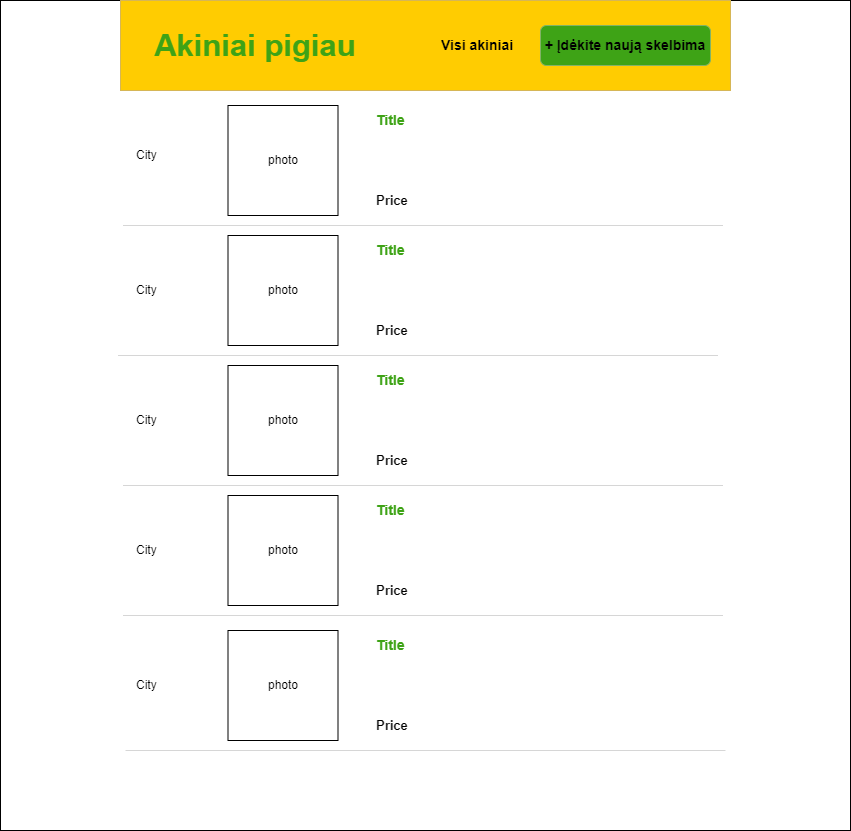
This is wireframes/index-wireframe.png from pikolas666/type17-javascript-final-work, a draw.io export, as it was before one commit. Source tidied: cells renumbered, new cells last; positions are measured from the earlier drawing's top-left corner, leaving out a move shared by most shapes.
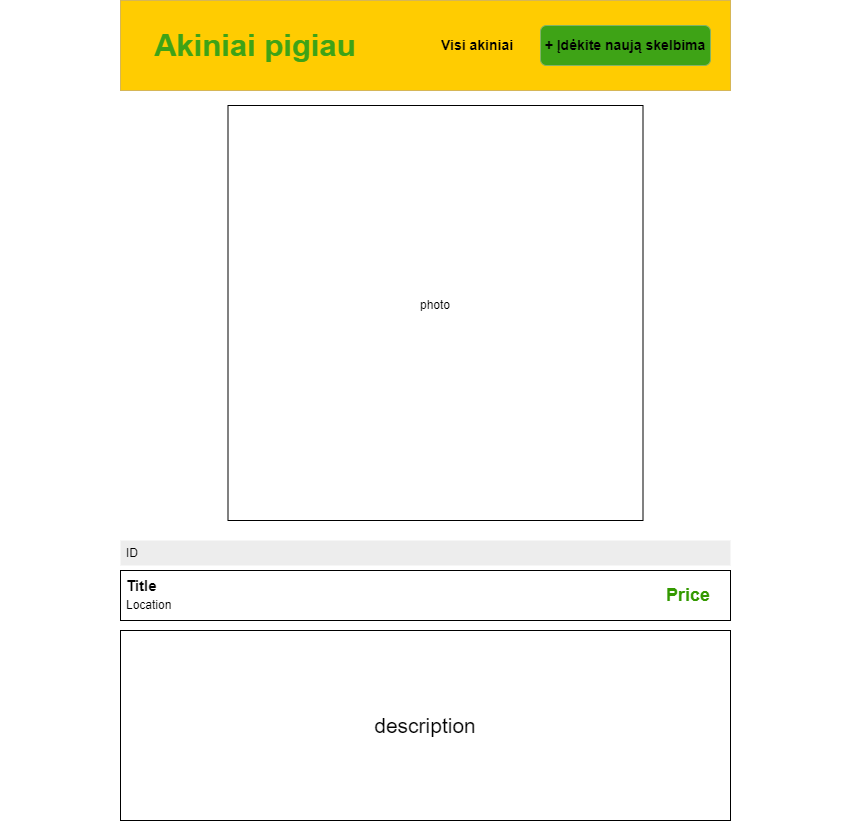
Later version of the same file.

Commit message:
added card wireframe and styles with mobile version

Change to the diagram source:
```diff
@@ -17,8 +17,8 @@
     <mxCell id="6" value="&lt;font style=&quot;font-size: 14px;&quot;&gt;&lt;b&gt;+ Įdėkite naują skelbima&lt;/b&gt;&lt;/font&gt;" style="rounded=1;whiteSpace=wrap;html=1;fillColor=#3ea316;strokeColor=#82b366;" parent="1" vertex="1">
       <mxGeometry x="530" y="55" width="170" height="40" as="geometry" />
     </mxCell>
-    <mxCell id="7" style="rounded=0;whiteSpace=wrap;html=1;" parent="1" vertex="1">
-      <mxGeometry width="850" height="830" as="geometry" />
+    <mxCell id="7" style="rounded=0;whiteSpace=wrap;html=1;labelBackgroundColor=#e6e6e6;dashed=1;dashPattern=1 4;strokeColor=none;" parent="1" vertex="1">
+      <mxGeometry y="5" width="850" height="830" as="geometry" />
     </mxCell>
     <mxCell id="8" style="rounded=0;whiteSpace=wrap;html=1;fillColor=#FFCC01;strokeColor=#d6b656;" parent="1" vertex="1">
       <mxGeometry x="120" width="610" height="90" as="geometry" />
@@ -32,110 +32,32 @@
     <mxCell id="11" value="&lt;font style=&quot;font-size: 14px;&quot;&gt;&lt;b&gt;+ Įdėkite naują skelbima&lt;/b&gt;&lt;/font&gt;" style="rounded=1;whiteSpace=wrap;html=1;fillColor=#3ea316;strokeColor=#82b366;" parent="1" vertex="1">
       <mxGeometry x="540" y="25" width="170" height="40" as="geometry" />
     </mxCell>
-    <mxCell id="12" style="endArrow=none;html=1;rounded=0;verticalAlign=middle;horizontal=0;shadow=0;strokeColor=#D6D6D6;" parent="1" edge="1">
-      <mxGeometry relative="1" as="geometry">
-        <mxPoint x="122.5" y="225" as="sourcePoint" />
-        <mxPoint x="722.5" y="225" as="targetPoint" />
-      </mxGeometry>
-    </mxCell>
-    <mxCell id="13" style="endArrow=none;html=1;rounded=0;verticalAlign=middle;horizontal=0;shadow=0;strokeColor=#D6D6D6;" parent="1" edge="1">
-      <mxGeometry relative="1" as="geometry">
-        <mxPoint x="117.5" y="355" as="sourcePoint" />
-        <mxPoint x="717.5" y="355" as="targetPoint" />
-      </mxGeometry>
-    </mxCell>
-    <mxCell id="14" style="endArrow=none;html=1;rounded=0;verticalAlign=middle;horizontal=0;shadow=0;strokeColor=#D6D6D6;" parent="1" edge="1">
-      <mxGeometry relative="1" as="geometry">
-        <mxPoint x="122.5" y="485" as="sourcePoint" />
-        <mxPoint x="722.5" y="485" as="targetPoint" />
-      </mxGeometry>
-    </mxCell>
-    <mxCell id="15" style="endArrow=none;html=1;rounded=0;verticalAlign=middle;horizontal=0;shadow=0;fillColor=#f5f5f5;strokeColor=#D6D6D6;" parent="1" edge="1">
-      <mxGeometry relative="1" as="geometry">
-        <mxPoint x="122.5" y="615" as="sourcePoint" />
-        <mxPoint x="722.5" y="615" as="targetPoint" />
-      </mxGeometry>
-    </mxCell>
     <mxCell id="16" style="whiteSpace=wrap;html=1;" parent="1" vertex="1">
-      <mxGeometry x="227.5" y="105" width="110" height="110" as="geometry" />
+      <mxGeometry x="227.5" y="105" width="415" height="415" as="geometry" />
     </mxCell>
-    <mxCell id="17" style="whiteSpace=wrap;html=1;" parent="1" vertex="1">
-      <mxGeometry x="227.5" y="235" width="110" height="110" as="geometry" />
-    </mxCell>
-    <mxCell id="18" style="whiteSpace=wrap;html=1;" parent="1" vertex="1">
-      <mxGeometry x="227.5" y="365" width="110" height="110" as="geometry" />
-    </mxCell>
-    <mxCell id="19" style="whiteSpace=wrap;html=1;" parent="1" vertex="1">
-      <mxGeometry x="227.5" y="495" width="110" height="110" as="geometry" />
-    </mxCell>
     <mxCell id="20" value="photo" style="text;strokeColor=none;fillColor=none;align=center;verticalAlign=middle;spacingLeft=4;spacingRight=4;overflow=hidden;whiteSpace=wrap;html=1;" parent="1" vertex="1">
-      <mxGeometry x="242.5" y="145" width="80" height="30" as="geometry" />
+      <mxGeometry x="395" y="290" width="80" height="30" as="geometry" />
     </mxCell>
-    <mxCell id="21" value="photo" style="text;strokeColor=none;fillColor=none;align=center;verticalAlign=middle;spacingLeft=4;spacingRight=4;overflow=hidden;whiteSpace=wrap;html=1;" parent="1" vertex="1">
-      <mxGeometry x="242.5" y="275" width="80" height="30" as="geometry" />
-    </mxCell>
-    <mxCell id="22" value="photo" style="text;strokeColor=none;fillColor=none;align=center;verticalAlign=middle;spacingLeft=4;spacingRight=4;overflow=hidden;whiteSpace=wrap;html=1;" parent="1" vertex="1">
-      <mxGeometry x="242.5" y="405" width="80" height="30" as="geometry" />
-    </mxCell>
-    <mxCell id="23" value="photo" style="text;strokeColor=none;fillColor=none;align=center;verticalAlign=middle;spacingLeft=4;spacingRight=4;overflow=hidden;whiteSpace=wrap;html=1;" parent="1" vertex="1">
-      <mxGeometry x="242.5" y="535" width="80" height="30" as="geometry" />
-    </mxCell>
-    <mxCell id="24" style="whiteSpace=wrap;html=1;" parent="1" vertex="1">
-      <mxGeometry x="227.5" y="630" width="110" height="110" as="geometry" />
-    </mxCell>
-    <mxCell id="25" value="photo" style="text;strokeColor=none;fillColor=none;align=center;verticalAlign=middle;spacingLeft=4;spacingRight=4;overflow=hidden;whiteSpace=wrap;html=1;" parent="1" vertex="1">
-      <mxGeometry x="242.5" y="670" width="80" height="30" as="geometry" />
-    </mxCell>
-    <mxCell id="26" style="endArrow=none;html=1;rounded=0;verticalAlign=middle;horizontal=0;shadow=0;fillColor=#f5f5f5;strokeColor=#D6D6D6;" parent="1" edge="1">
-      <mxGeometry relative="1" as="geometry">
-        <mxPoint x="125" y="750" as="sourcePoint" />
-        <mxPoint x="725" y="750" as="targetPoint" />
-      </mxGeometry>
-    </mxCell>
-    <mxCell id="27" value="City" style="text;strokeColor=none;fillColor=none;align=left;verticalAlign=middle;spacingLeft=4;spacingRight=4;overflow=hidden;whiteSpace=wrap;html=1;" parent="1" vertex="1">
-      <mxGeometry x="130" y="140" width="80" height="30" as="geometry" />
-    </mxCell>
-    <mxCell id="28" value="City" style="text;strokeColor=none;fillColor=none;align=left;verticalAlign=middle;spacingLeft=4;spacingRight=4;overflow=hidden;whiteSpace=wrap;html=1;" parent="1" vertex="1">
-      <mxGeometry x="130" y="275" width="80" height="30" as="geometry" />
-    </mxCell>
-    <mxCell id="29" value="City" style="text;strokeColor=none;fillColor=none;align=left;verticalAlign=middle;spacingLeft=4;spacingRight=4;overflow=hidden;whiteSpace=wrap;html=1;" parent="1" vertex="1">
-      <mxGeometry x="130" y="405" width="80" height="30" as="geometry" />
-    </mxCell>
-    <mxCell id="30" value="City" style="text;strokeColor=none;fillColor=none;align=left;verticalAlign=middle;spacingLeft=4;spacingRight=4;overflow=hidden;whiteSpace=wrap;html=1;" parent="1" vertex="1">
-      <mxGeometry x="130" y="535" width="80" height="30" as="geometry" />
-    </mxCell>
-    <mxCell id="31" value="City" style="text;strokeColor=none;fillColor=none;align=left;verticalAlign=middle;spacingLeft=4;spacingRight=4;overflow=hidden;whiteSpace=wrap;html=1;" parent="1" vertex="1">
-      <mxGeometry x="130" y="670" width="80" height="30" as="geometry" />
-    </mxCell>
-    <mxCell id="32" value="&lt;font size=&quot;1&quot; color=&quot;#3ea316&quot;&gt;&lt;b style=&quot;font-size: 14px;&quot;&gt;Title&lt;/b&gt;&lt;/font&gt;" style="text;strokeColor=none;fillColor=none;align=left;verticalAlign=middle;spacingLeft=4;spacingRight=4;overflow=hidden;whiteSpace=wrap;html=1;" parent="1" vertex="1">
-      <mxGeometry x="370" y="105" width="80" height="30" as="geometry" />
-    </mxCell>
-    <mxCell id="33" value="&lt;b&gt;&lt;font style=&quot;font-size: 13px;&quot;&gt;Price&lt;/font&gt;&lt;/b&gt;" style="text;strokeColor=none;fillColor=none;align=left;verticalAlign=middle;spacingLeft=4;spacingRight=4;overflow=hidden;whiteSpace=wrap;html=1;" parent="1" vertex="1">
-      <mxGeometry x="370" y="185" width="80" height="30" as="geometry" />
-    </mxCell>
-    <mxCell id="34" value="&lt;font size=&quot;1&quot; color=&quot;#3ea316&quot;&gt;&lt;b style=&quot;font-size: 14px;&quot;&gt;Title&lt;/b&gt;&lt;/font&gt;" style="text;strokeColor=none;fillColor=none;align=left;verticalAlign=middle;spacingLeft=4;spacingRight=4;overflow=hidden;whiteSpace=wrap;html=1;" parent="1" vertex="1">
-      <mxGeometry x="370" y="235" width="80" height="30" as="geometry" />
-    </mxCell>
-    <mxCell id="35" value="&lt;b&gt;&lt;font style=&quot;font-size: 13px;&quot;&gt;Price&lt;/font&gt;&lt;/b&gt;" style="text;strokeColor=none;fillColor=none;align=left;verticalAlign=middle;spacingLeft=4;spacingRight=4;overflow=hidden;whiteSpace=wrap;html=1;" parent="1" vertex="1">
-      <mxGeometry x="370" y="315" width="80" height="30" as="geometry" />
-    </mxCell>
-    <mxCell id="36" value="&lt;font size=&quot;1&quot; color=&quot;#3ea316&quot;&gt;&lt;b style=&quot;font-size: 14px;&quot;&gt;Title&lt;/b&gt;&lt;/font&gt;" style="text;strokeColor=none;fillColor=none;align=left;verticalAlign=middle;spacingLeft=4;spacingRight=4;overflow=hidden;whiteSpace=wrap;html=1;" parent="1" vertex="1">
-      <mxGeometry x="370" y="365" width="80" height="30" as="geometry" />
-    </mxCell>
-    <mxCell id="37" value="&lt;b&gt;&lt;font style=&quot;font-size: 13px;&quot;&gt;Price&lt;/font&gt;&lt;/b&gt;" style="text;strokeColor=none;fillColor=none;align=left;verticalAlign=middle;spacingLeft=4;spacingRight=4;overflow=hidden;whiteSpace=wrap;html=1;" parent="1" vertex="1">
-      <mxGeometry x="370" y="445" width="80" height="30" as="geometry" />
-    </mxCell>
-    <mxCell id="38" value="&lt;font size=&quot;1&quot; color=&quot;#3ea316&quot;&gt;&lt;b style=&quot;font-size: 14px;&quot;&gt;Title&lt;/b&gt;&lt;/font&gt;" style="text;strokeColor=none;fillColor=none;align=left;verticalAlign=middle;spacingLeft=4;spacingRight=4;overflow=hidden;whiteSpace=wrap;html=1;" parent="1" vertex="1">
-      <mxGeometry x="370" y="495" width="80" height="30" as="geometry" />
-    </mxCell>
-    <mxCell id="39" value="&lt;b&gt;&lt;font style=&quot;font-size: 13px;&quot;&gt;Price&lt;/font&gt;&lt;/b&gt;" style="text;strokeColor=none;fillColor=none;align=left;verticalAlign=middle;spacingLeft=4;spacingRight=4;overflow=hidden;whiteSpace=wrap;html=1;" parent="1" vertex="1">
-      <mxGeometry x="370" y="575" width="80" height="30" as="geometry" />
-    </mxCell>
-    <mxCell id="40" value="&lt;font size=&quot;1&quot; color=&quot;#3ea316&quot;&gt;&lt;b style=&quot;font-size: 14px;&quot;&gt;Title&lt;/b&gt;&lt;/font&gt;" style="text;strokeColor=none;fillColor=none;align=left;verticalAlign=middle;spacingLeft=4;spacingRight=4;overflow=hidden;whiteSpace=wrap;html=1;" parent="1" vertex="1">
-      <mxGeometry x="370" y="630" width="80" height="30" as="geometry" />
-    </mxCell>
-    <mxCell id="41" value="&lt;b&gt;&lt;font style=&quot;font-size: 13px;&quot;&gt;Price&lt;/font&gt;&lt;/b&gt;" style="text;strokeColor=none;fillColor=none;align=left;verticalAlign=middle;spacingLeft=4;spacingRight=4;overflow=hidden;whiteSpace=wrap;html=1;" parent="1" vertex="1">
-      <mxGeometry x="370" y="710" width="80" height="30" as="geometry" />
-    </mxCell>
+    <mxCell id="42" style="rounded=0;whiteSpace=wrap;html=1;fontColor=none;noLabel=1;labelBackgroundColor=#DEDEDE;fillColor=#EDEDED;strokeColor=none;" parent="1" vertex="1">
+      <mxGeometry x="120" y="540" width="610" height="25" as="geometry" />
+    </mxCell>
+    <mxCell id="43" value="ID" style="text;strokeColor=none;fillColor=none;align=left;verticalAlign=middle;spacingLeft=4;spacingRight=4;overflow=hidden;whiteSpace=wrap;html=1;" parent="1" vertex="1">
+      <mxGeometry x="120" y="537.5" width="80" height="30" as="geometry" />
+    </mxCell>
+    <mxCell id="44" value="&lt;font style=&quot;font-size: 21px;&quot;&gt;description&lt;/font&gt;" style="rounded=0;whiteSpace=wrap;html=1;" parent="1" vertex="1">
+      <mxGeometry x="120" y="630" width="610" height="190" as="geometry" />
+    </mxCell>
+    <mxCell id="45" style="rounded=0;whiteSpace=wrap;html=1;" parent="1" vertex="1">
+      <mxGeometry x="120" y="570" width="610" height="50" as="geometry" />
+    </mxCell>
+    <mxCell id="46" value="Title" style="text;strokeColor=none;fillColor=none;align=left;verticalAlign=middle;spacingLeft=4;spacingRight=4;overflow=hidden;whiteSpace=wrap;html=1;fontSize=15;fontStyle=1;" parent="1" vertex="1">
+      <mxGeometry x="120" y="570" width="80" height="30" as="geometry" />
+    </mxCell>
+    <mxCell id="47" value="Location&lt;br&gt;" style="text;strokeColor=none;fillColor=none;align=left;verticalAlign=middle;spacingLeft=4;spacingRight=4;overflow=hidden;whiteSpace=wrap;html=1;" parent="1" vertex="1">
+      <mxGeometry x="120" y="590" width="80" height="30" as="geometry" />
+    </mxCell>
+    <mxCell id="48" value="Price" style="text;strokeColor=none;fillColor=none;align=left;verticalAlign=middle;spacingLeft=4;spacingRight=4;overflow=hidden;whiteSpace=wrap;html=1;fontSize=18;fontStyle=1;fontColor=#339900;" parent="1" vertex="1">
+      <mxGeometry x="660" y="580" width="80" height="30" as="geometry" />
+    </mxCell>
   </root>
 </mxGraphModel>
```
